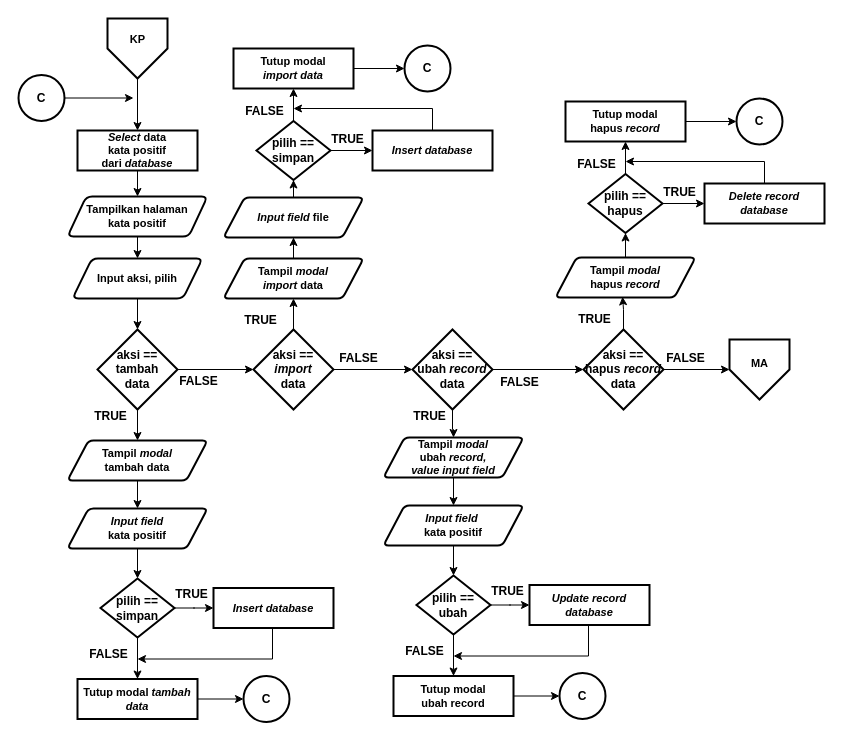
Before: Dokumen TA/Paper/Flowchart/Flowchart menu kata positif.drawio in muspriandi/TextMining-SentimentAnalysis, a draw.io diagram. Source tidied: cells renumbered, new cells numbered last; positions are measured from the earlier drawing's top-left corner, leaving out a move shared by most shapes. Both pictures are drawn from the tidied source at 100%, with x=0, y=0 at pixel (18, 18).
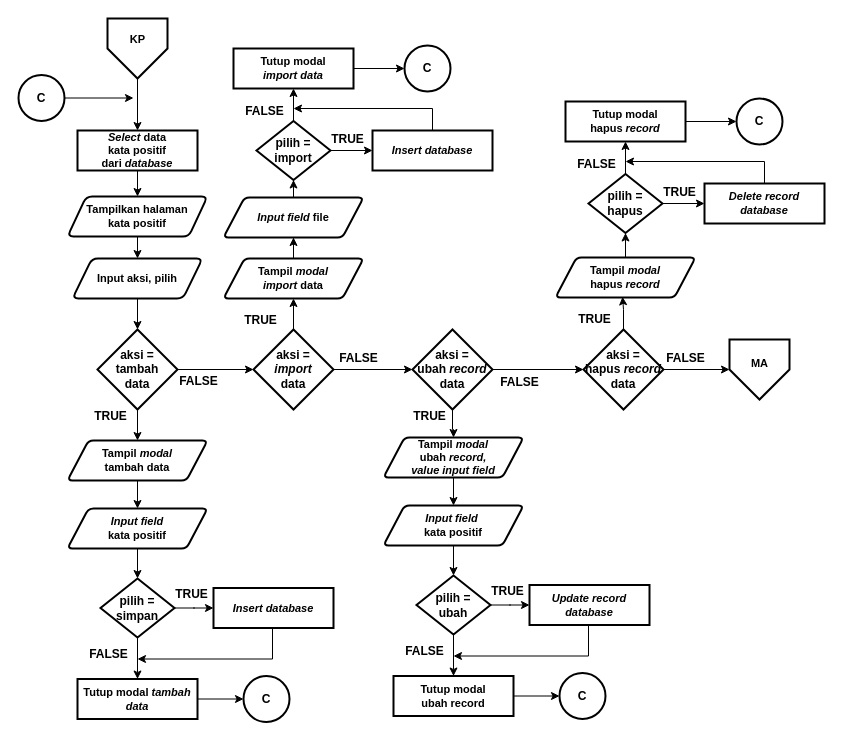
The same page after the edit.

Diff of the diagram source:
```diff
@@
-    <mxCell id="17" value="&lt;b&gt;&lt;font style=&quot;font-size: 12px&quot;&gt;aksi == tambah&lt;br&gt;data&lt;/font&gt;&lt;/b&gt;" style="rhombus;whiteSpace=wrap;html=1;strokeWidth=2;" parent="1" vertex="1">
+    <mxCell id="17" value="&lt;b&gt;&lt;font style=&quot;font-size: 12px&quot;&gt;aksi = tambah&lt;br&gt;data&lt;/font&gt;&lt;/b&gt;" style="rhombus;whiteSpace=wrap;html=1;strokeWidth=2;" parent="1" vertex="1">
       <mxGeometry x="79" y="311" width="80" height="80" as="geometry" />
     </mxCell>
@@
-    <mxCell id="20" value="&lt;b&gt;&lt;font style=&quot;font-size: 12px&quot;&gt;aksi == &lt;i&gt;import&lt;/i&gt;&lt;br&gt;data&lt;br&gt;&lt;/font&gt;&lt;/b&gt;" style="rhombus;whiteSpace=wrap;html=1;strokeWidth=2;" parent="1" vertex="1">
+    <mxCell id="20" value="&lt;b&gt;&lt;font style=&quot;font-size: 12px&quot;&gt;aksi = &lt;br&gt;&lt;i&gt;import&lt;/i&gt;&lt;br&gt;data&lt;br&gt;&lt;/font&gt;&lt;/b&gt;" style="rhombus;whiteSpace=wrap;html=1;strokeWidth=2;" parent="1" vertex="1">
       <mxGeometry x="235" y="311" width="80" height="80" as="geometry" />
     </mxCell>
@@
-    <mxCell id="23" value="&lt;b&gt;&lt;font style=&quot;font-size: 12px&quot;&gt;aksi == &lt;br&gt;ubah &lt;i&gt;record&lt;/i&gt;&lt;br&gt;data&lt;br&gt;&lt;/font&gt;&lt;/b&gt;" style="rhombus;whiteSpace=wrap;html=1;strokeWidth=2;" parent="1" vertex="1">
+    <mxCell id="23" value="&lt;b&gt;&lt;font style=&quot;font-size: 12px&quot;&gt;aksi =&lt;br&gt;ubah &lt;i&gt;record&lt;/i&gt;&lt;br&gt;data&lt;br&gt;&lt;/font&gt;&lt;/b&gt;" style="rhombus;whiteSpace=wrap;html=1;strokeWidth=2;" parent="1" vertex="1">
       <mxGeometry x="394" y="311" width="80" height="80" as="geometry" />
     </mxCell>
@@
-    <mxCell id="26" value="&lt;b&gt;&lt;font style=&quot;font-size: 12px&quot;&gt;aksi == &lt;br&gt;hapus &lt;i&gt;record&lt;/i&gt;&lt;br&gt;data&lt;br&gt;&lt;/font&gt;&lt;/b&gt;" style="rhombus;whiteSpace=wrap;html=1;strokeWidth=2;" parent="1" vertex="1">
+    <mxCell id="26" value="&lt;b&gt;&lt;font style=&quot;font-size: 12px&quot;&gt;aksi = &lt;br&gt;hapus &lt;i&gt;record&lt;/i&gt;&lt;br&gt;data&lt;br&gt;&lt;/font&gt;&lt;/b&gt;" style="rhombus;whiteSpace=wrap;html=1;strokeWidth=2;" parent="1" vertex="1">
       <mxGeometry x="565" y="311" width="80" height="80" as="geometry" />
     </mxCell>
@@
-    <mxCell id="33" value="&lt;b&gt;&lt;font style=&quot;font-size: 12px&quot;&gt;pilih == simpan&lt;/font&gt;&lt;/b&gt;" style="rhombus;whiteSpace=wrap;html=1;strokeWidth=2;" parent="1" vertex="1">
+    <mxCell id="33" value="&lt;b&gt;&lt;font style=&quot;font-size: 12px&quot;&gt;pilih =&lt;br&gt;simpan&lt;/font&gt;&lt;/b&gt;" style="rhombus;whiteSpace=wrap;html=1;strokeWidth=2;" parent="1" vertex="1">
       <mxGeometry x="82" y="560" width="74" height="59" as="geometry" />
     </mxCell>
@@
-    <mxCell id="51" value="&lt;b&gt;&lt;font style=&quot;font-size: 12px&quot;&gt;pilih == simpan&lt;/font&gt;&lt;/b&gt;" style="rhombus;whiteSpace=wrap;html=1;strokeWidth=2;" parent="1" vertex="1">
+    <mxCell id="51" value="&lt;b&gt;&lt;font style=&quot;font-size: 12px&quot;&gt;pilih = import&lt;/font&gt;&lt;/b&gt;" style="rhombus;whiteSpace=wrap;html=1;strokeWidth=2;" parent="1" vertex="1">
       <mxGeometry x="238" y="102.5" width="74" height="59" as="geometry" />
     </mxCell>
@@
-    <mxCell id="67" value="&lt;b&gt;&lt;font style=&quot;font-size: 12px&quot;&gt;pilih == ubah&lt;/font&gt;&lt;/b&gt;" style="rhombus;whiteSpace=wrap;html=1;strokeWidth=2;" parent="1" vertex="1">
+    <mxCell id="67" value="&lt;b&gt;&lt;font style=&quot;font-size: 12px&quot;&gt;pilih =&lt;br&gt;ubah&lt;/font&gt;&lt;/b&gt;" style="rhombus;whiteSpace=wrap;html=1;strokeWidth=2;" parent="1" vertex="1">
       <mxGeometry x="398" y="557" width="74" height="59" as="geometry" />
     </mxCell>
@@
-    <mxCell id="81" value="&lt;b&gt;&lt;font style=&quot;font-size: 12px&quot;&gt;pilih == hapus&lt;/font&gt;&lt;/b&gt;" style="rhombus;whiteSpace=wrap;html=1;strokeWidth=2;" parent="1" vertex="1">
+    <mxCell id="81" value="&lt;b&gt;&lt;font style=&quot;font-size: 12px&quot;&gt;pilih = hapus&lt;/font&gt;&lt;/b&gt;" style="rhombus;whiteSpace=wrap;html=1;strokeWidth=2;" parent="1" vertex="1">
       <mxGeometry x="570" y="155.5" width="74" height="59" as="geometry" />
     </mxCell>
```
